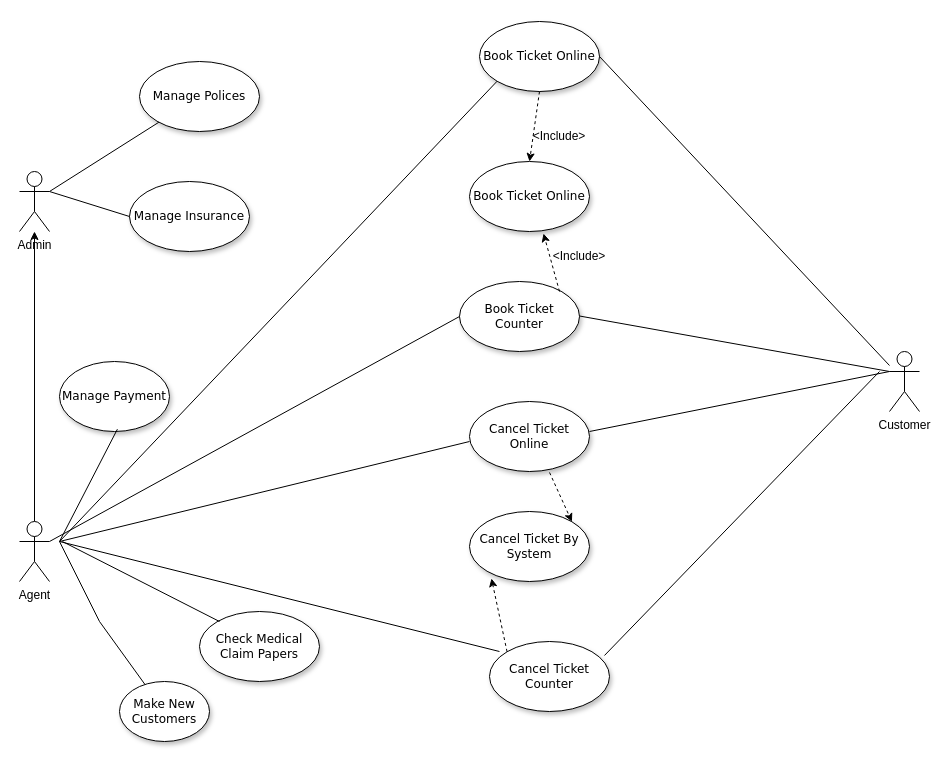
Above: Untitled Diagram.drawio in rivinduchamath/Helth-Insurance- (draw.io), before the change. Source tidied: cells renumbered, new cells numbered last; positions are measured from the earlier drawing's top-left corner, leaving out a move shared by most shapes. Both pictures are drawn from the tidied source at 100%, with x=0, y=0 at pixel (19, 21).
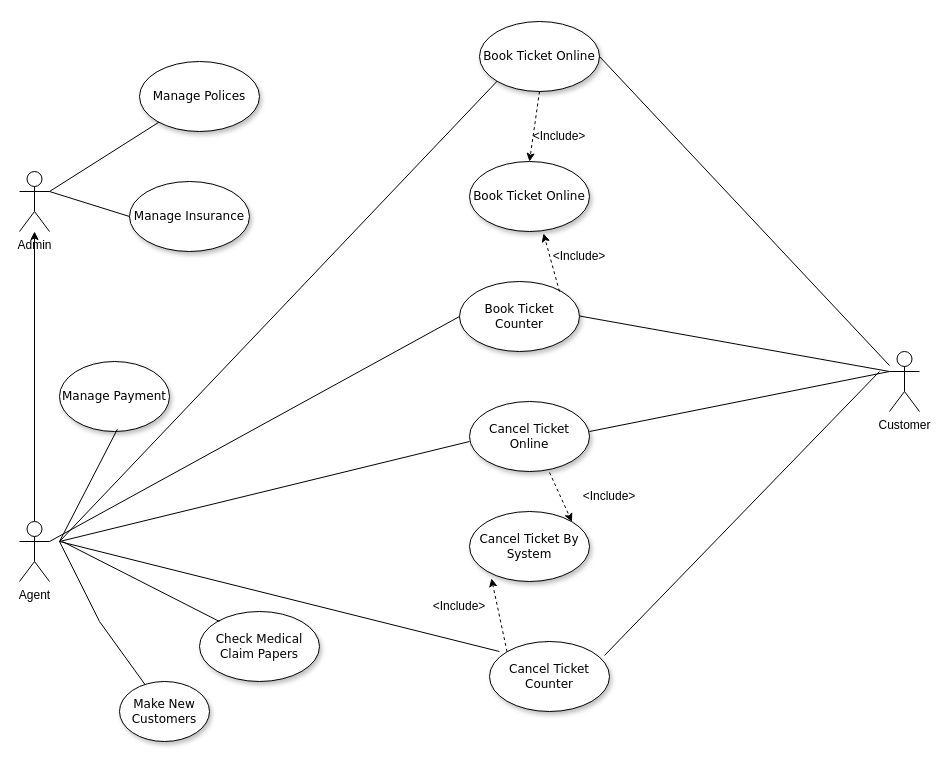
The same page after the edit.

Diff of the diagram source:
```diff
@@
+    <mxCell id="36" value="&amp;lt;Include&amp;gt;" style="text;html=1;strokeColor=none;fillColor=none;align=center;verticalAlign=middle;whiteSpace=wrap;rounded=0;" parent="1" vertex="1">
+      <mxGeometry x="560" y="460" width="60" height="30" as="geometry" />
+    </mxCell>
+    <mxCell id="37" value="&amp;lt;Include&amp;gt;" style="text;html=1;strokeColor=none;fillColor=none;align=center;verticalAlign=middle;whiteSpace=wrap;rounded=0;" parent="1" vertex="1">
+      <mxGeometry x="410" y="570" width="60" height="30" as="geometry" />
+    </mxCell>
```
